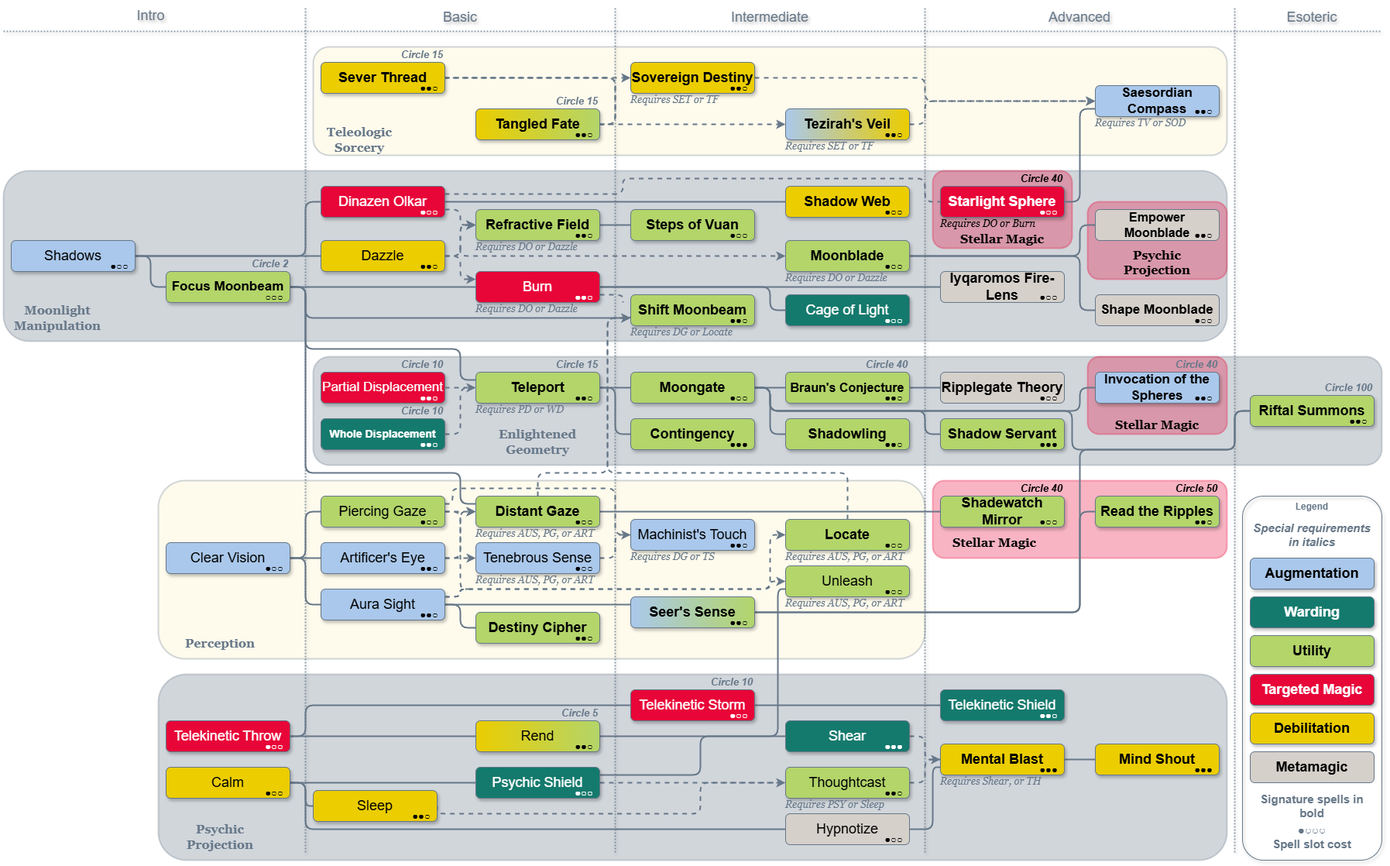
Above: Moon Mage/Moon_Mage.png in MahtraDR/dr-spell-trees (draw.io), before the change. Source tidied: cells renumbered, new cells last; positions are measured from the earlier drawing's top-left corner, leaving out a move shared by most shapes.
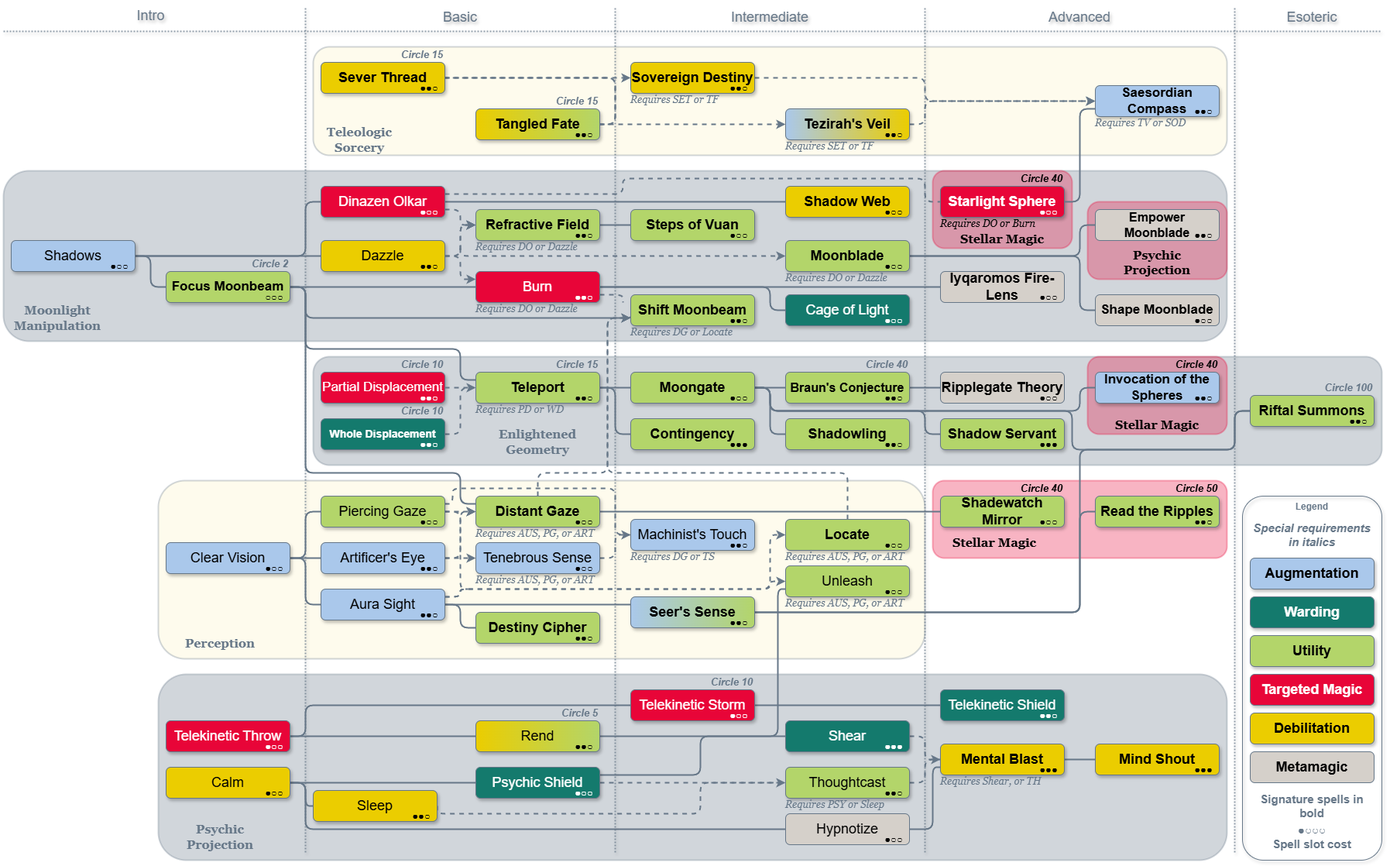
The same diagram one commit later.

Diff of the diagram source:
```diff
@@ -906,7 +906,7 @@
     <mxCell id="228" value="Circle 40" style="text;align=right;verticalAlign=bottom;strokeColor=none;fillColor=none;fontFamily=Helvetica;fontSize=13;fontColor=#000000;labelBackgroundColor=none;fontStyle=3;" parent="225" vertex="1">
       <mxGeometry x="1300" y="210" width="70" height="30" as="geometry" />
     </mxCell>
-    <mxCell id="229" value="Circle 40" style="text;align=right;verticalAlign=bottom;strokeColor=none;fillColor=none;fontFamily=Helvetica;fontSize=13;fontColor=#667788;labelBackgroundColor=none;fontStyle=3;" parent="225" vertex="1">
+    <mxCell id="229" value="Circle 40" style="text;align=right;verticalAlign=bottom;strokeColor=none;fillColor=none;fontFamily=Helvetica;fontSize=13;fontColor=#000000;labelBackgroundColor=none;fontStyle=3;" parent="225" vertex="1">
       <mxGeometry x="1500" y="450" width="70" height="30" as="geometry" />
     </mxCell>
     <mxCell id="230" value="Circle 40" style="text;align=right;verticalAlign=bottom;strokeColor=none;fillColor=none;fontFamily=Helvetica;fontSize=13;fontColor=#000000;labelBackgroundColor=none;fontStyle=3;" parent="225" vertex="1">
```
